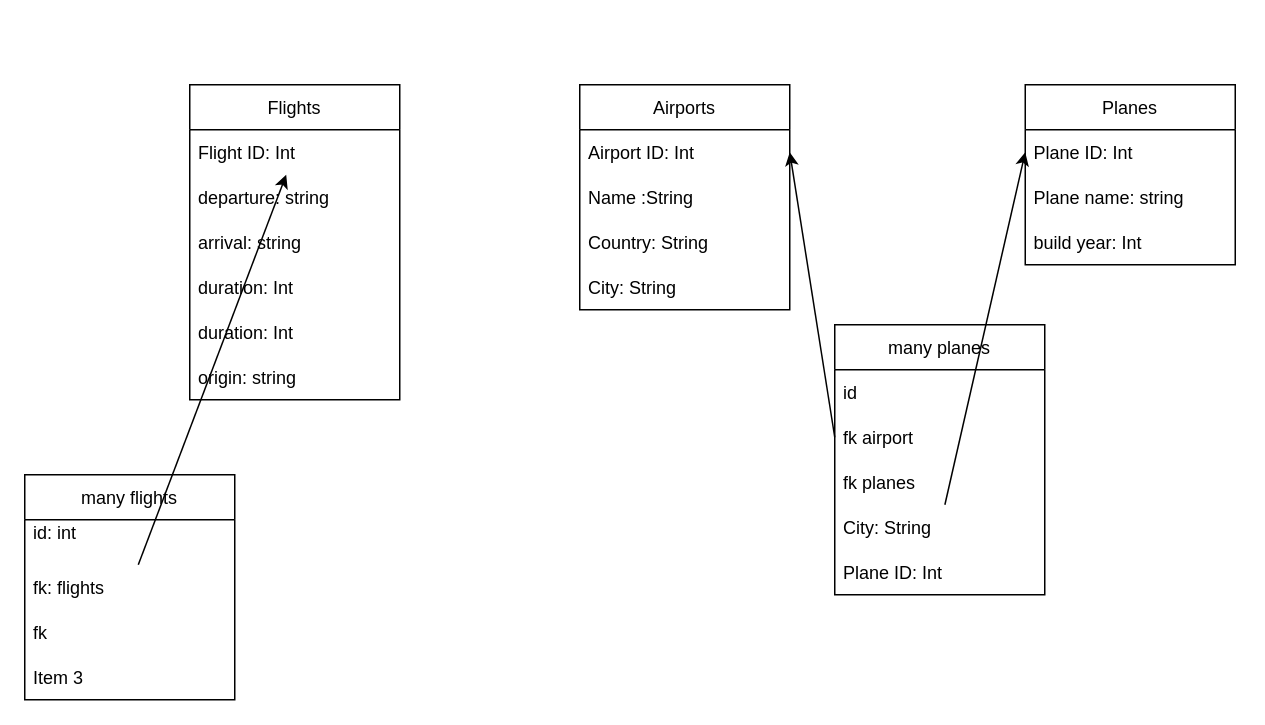
The draw.io diagram .drawio in Alex-Gruber/BE16-DBDev-DAY1-Alex-Markus, before the edit. Source tidied: cells renumbered, new cells numbered last; positions are measured from the earlier drawing's top-left corner, leaving out a move shared by most shapes. Both pictures are drawn from the tidied source at 150%, with x=0, y=0 at pixel (24, 84).
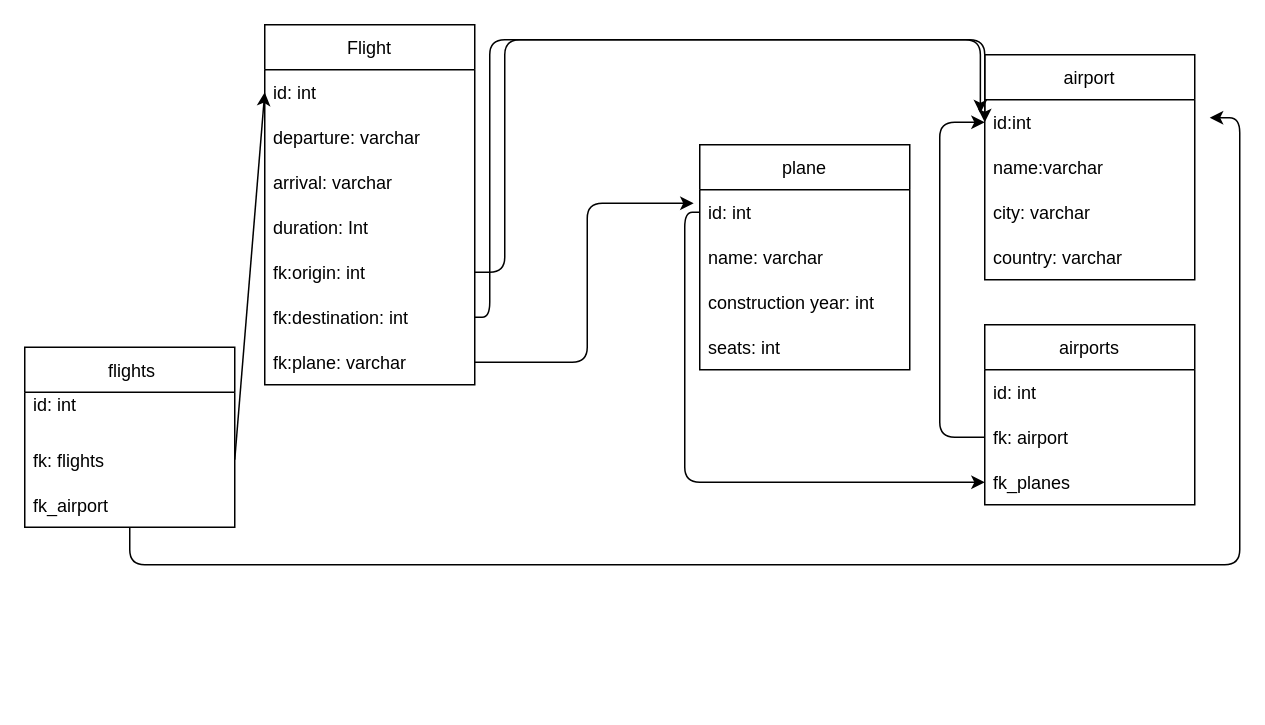
After the change.

Unchanged cells that the change refers to:
```xml
<mxCell id="28" value="fk: flights" style="text;strokeColor=none;fillColor=none;align=left;verticalAlign=middle;spacingLeft=4;spacingRight=4;overflow=hidden;points=[[0,0.5],[1,0.5]];portConstraint=eastwest;" parent="26" vertex="1">
  <mxGeometry y="60" width="140" height="30" as="geometry" />
</mxCell>
```

What changed in the source:
```diff
@@
-    <mxCell id="2" value="Flights" style="swimlane;fontStyle=0;horizontal=1;startSize=30;" parent="1" vertex="1">
-      <mxGeometry x="110" width="140" height="210" as="geometry" />
+    <mxCell id="2" value="Flight" style="swimlane;fontStyle=0;horizontal=1;startSize=30;" parent="1" vertex="1">
+      <mxGeometry x="160" y="-40" width="140" height="240" as="geometry" />
     </mxCell>
-    <mxCell id="3" value="Flight ID: Int" style="text;strokeColor=none;fillColor=none;align=left;verticalAlign=middle;spacingLeft=4;spacingRight=4;overflow=hidden;points=[[0,0.5],[1,0.5]];portConstraint=eastwest;" parent="2" vertex="1">
+    <mxCell id="3" value="id: int" style="text;strokeColor=none;fillColor=none;align=left;verticalAlign=middle;spacingLeft=4;spacingRight=4;overflow=hidden;points=[[0,0.5],[1,0.5]];portConstraint=eastwest;" parent="2" vertex="1">
       <mxGeometry y="30" width="140" height="30" as="geometry" />
     </mxCell>
-    <mxCell id="4" value="departure: string" style="text;strokeColor=none;fillColor=none;align=left;verticalAlign=middle;spacingLeft=4;spacingRight=4;overflow=hidden;" parent="2" vertex="1">
+    <mxCell id="4" value="departure: varchar" style="text;strokeColor=none;fillColor=none;align=left;verticalAlign=middle;spacingLeft=4;spacingRight=4;overflow=hidden;" parent="2" vertex="1">
       <mxGeometry y="60" width="140" height="30" as="geometry" />
     </mxCell>
-    <mxCell id="5" value="arrival: string" style="text;strokeColor=none;fillColor=none;align=left;verticalAlign=middle;spacingLeft=4;spacingRight=4;overflow=hidden;" parent="2" vertex="1">
+    <mxCell id="5" value="arrival: varchar" style="text;strokeColor=none;fillColor=none;align=left;verticalAlign=middle;spacingLeft=4;spacingRight=4;overflow=hidden;" parent="2" vertex="1">
       <mxGeometry y="90" width="140" height="30" as="geometry" />
     </mxCell>
@@
-    <mxCell id="7" value="duration: Int" style="text;strokeColor=none;fillColor=none;align=left;verticalAlign=middle;spacingLeft=4;spacingRight=4;overflow=hidden;" parent="2" vertex="1">
-      <mxGeometry y="150" width="140" height="30" as="geometry" />
-    </mxCell>
-    <mxCell id="8" value="origin: string" style="text;strokeColor=none;fillColor=none;align=left;verticalAlign=middle;spacingLeft=4;spacingRight=4;overflow=hidden;points=[[0,0.5],[1,0.5]];portConstraint=eastwest;" parent="2" vertex="1">
-      <mxGeometry y="180" width="140" height="30" as="geometry" />
+    <mxCell id="8" value="fk:origin: int" style="text;strokeColor=none;fillColor=none;align=left;verticalAlign=middle;spacingLeft=4;spacingRight=4;overflow=hidden;points=[[0,0.5],[1,0.5]];portConstraint=eastwest;" parent="2" vertex="1">
+      <mxGeometry y="150" width="140" height="30" as="geometry" />
     </mxCell>
-    <mxCell id="9" value="Airports" style="swimlane;fontStyle=0;horizontal=1;startSize=30;" parent="1" vertex="1">
-      <mxGeometry x="370" width="140" height="150" as="geometry" />
-    </mxCell>
-    <mxCell id="10" value="Airport ID: Int" style="text;strokeColor=none;fillColor=none;align=left;verticalAlign=middle;spacingLeft=4;spacingRight=4;overflow=hidden;points=[[0,0.5],[1,0.5]];portConstraint=eastwest;" parent="9" vertex="1">
-      <mxGeometry y="30" width="140" height="30" as="geometry" />
-    </mxCell>
-    <mxCell id="11" value="Name :String" style="text;strokeColor=none;fillColor=none;align=left;verticalAlign=middle;spacingLeft=4;spacingRight=4;overflow=hidden;" parent="9" vertex="1">
-      <mxGeometry y="60" width="140" height="30" as="geometry" />
-    </mxCell>
-    <mxCell id="12" value="Country: String" style="text;strokeColor=none;fillColor=none;align=left;verticalAlign=middle;spacingLeft=4;spacingRight=4;overflow=hidden;" parent="9" vertex="1">
-      <mxGeometry y="90" width="140" height="30" as="geometry" />
-    </mxCell>
-    <mxCell id="13" value="City: String" style="text;strokeColor=none;fillColor=none;align=left;verticalAlign=middle;spacingLeft=4;spacingRight=4;overflow=hidden;" parent="9" vertex="1">
-      <mxGeometry y="120" width="140" height="30" as="geometry" />
-    </mxCell>
-    <mxCell id="14" value="Planes" style="swimlane;fontStyle=0;horizontal=1;startSize=30;" parent="1" vertex="1">
-      <mxGeometry x="667" width="140" height="120" as="geometry" />
-    </mxCell>
-    <mxCell id="15" value="Plane ID: Int" style="text;strokeColor=none;fillColor=none;align=left;verticalAlign=middle;spacingLeft=4;spacingRight=4;overflow=hidden;points=[[0,0.5],[1,0.5]];portConstraint=eastwest;" parent="14" vertex="1">
-      <mxGeometry y="30" width="140" height="30" as="geometry" />
-    </mxCell>
-    <mxCell id="16" value="Plane name: string" style="text;strokeColor=none;fillColor=none;align=left;verticalAlign=middle;spacingLeft=4;spacingRight=4;overflow=hidden;" parent="14" vertex="1">
-      <mxGeometry y="60" width="140" height="30" as="geometry" />
-    </mxCell>
-    <mxCell id="17" value="build year: Int" style="text;strokeColor=none;fillColor=none;align=left;verticalAlign=middle;spacingLeft=4;spacingRight=4;overflow=hidden;" parent="14" vertex="1">
-      <mxGeometry y="90" width="140" height="30" as="geometry" />
-    </mxCell>
-    <mxCell id="18" value="many planes" style="swimlane;fontStyle=0;horizontal=1;startSize=30;" parent="1" vertex="1">
-      <mxGeometry x="540" y="160" width="140" height="180" as="geometry" />
-    </mxCell>
-    <mxCell id="19" value="id" style="text;strokeColor=none;fillColor=none;align=left;verticalAlign=middle;spacingLeft=4;spacingRight=4;overflow=hidden;" parent="18" vertex="1">
-      <mxGeometry y="30" width="140" height="30" as="geometry" />
-    </mxCell>
-    <mxCell id="20" value="fk airport" style="text;strokeColor=none;fillColor=none;align=left;verticalAlign=middle;spacingLeft=4;spacingRight=4;overflow=hidden;points=[[0,0.5],[1,0.5]];portConstraint=eastwest;" parent="18" vertex="1">
-      <mxGeometry y="60" width="140" height="30" as="geometry" />
-    </mxCell>
-    <mxCell id="21" value="fk planes" style="text;strokeColor=none;fillColor=none;align=left;verticalAlign=middle;spacingLeft=4;spacingRight=4;overflow=hidden;" parent="18" vertex="1">
-      <mxGeometry y="90" width="140" height="30" as="geometry" />
-    </mxCell>
-    <mxCell id="22" value="City: String" style="text;strokeColor=none;fillColor=none;align=left;verticalAlign=middle;spacingLeft=4;spacingRight=4;overflow=hidden;points=[[0,0.5],[1,0.5]];portConstraint=eastwest;" parent="18" vertex="1">
-      <mxGeometry y="120" width="140" height="30" as="geometry" />
-    </mxCell>
-    <mxCell id="23" value="Plane ID: Int" style="text;strokeColor=none;fillColor=none;align=left;verticalAlign=middle;spacingLeft=4;spacingRight=4;overflow=hidden;" parent="18" vertex="1">
-      <mxGeometry y="150" width="140" height="30" as="geometry" />
-    </mxCell>
-    <mxCell id="24" style="edgeStyle=none;html=1;exitX=0;exitY=0.5;exitDx=0;exitDy=0;entryX=1;entryY=0.5;entryDx=0;entryDy=0;" parent="1" edge="1" source="20" target="10">
-      <mxGeometry relative="1" as="geometry" />
-    </mxCell>
-    <mxCell id="25" style="edgeStyle=none;html=1;entryX=0;entryY=0.5;entryDx=0;entryDy=0;" parent="1" edge="1" source="22" target="15">
-      <mxGeometry relative="1" as="geometry" />
-    </mxCell>
+    <mxCell id="32" value="fk:destination: int" style="text;strokeColor=none;fillColor=none;align=left;verticalAlign=middle;spacingLeft=4;spacingRight=4;overflow=hidden;points=[[0,0.5],[1,0.5]];portConstraint=eastwest;" parent="2" vertex="1">
+      <mxGeometry y="180" width="140" height="30" as="geometry" />
+    </mxCell>
+    <mxCell id="33" value="fk:plane: varchar" style="text;strokeColor=none;fillColor=none;align=left;verticalAlign=middle;spacingLeft=4;spacingRight=4;overflow=hidden;points=[[0,0.5],[1,0.5]];portConstraint=eastwest;" parent="2" vertex="1">
+      <mxGeometry y="210" width="140" height="30" as="geometry" />
+    </mxCell>
-    <mxCell id="26" value="many flights" style="swimlane;fontStyle=0;horizontal=1;startSize=30;" parent="1" vertex="1">
-      <mxGeometry y="260" width="140" height="150" as="geometry" />
+    <mxCell id="26" value=" flights" style="swimlane;fontStyle=0;horizontal=1;startSize=30;" parent="1" vertex="1">
+      <mxGeometry y="175" width="140" height="120" as="geometry" />
     </mxCell>
@@
-    <mxCell id="29" value="fk" style="text;strokeColor=none;fillColor=none;align=left;verticalAlign=middle;spacingLeft=4;spacingRight=4;overflow=hidden;" parent="26" vertex="1">
-      <mxGeometry y="90" width="140" height="30" as="geometry" />
-    </mxCell>
-    <mxCell id="30" value="Item 3" style="text;strokeColor=none;fillColor=none;align=left;verticalAlign=middle;spacingLeft=4;spacingRight=4;overflow=hidden;" parent="26" vertex="1">
-      <mxGeometry y="120" width="140" height="30" as="geometry" />
-    </mxCell>
+    <mxCell id="34" value="fk_airport" style="text;strokeColor=none;fillColor=none;align=left;verticalAlign=middle;spacingLeft=4;spacingRight=4;overflow=hidden;points=[[0,0.5],[1,0.5]];portConstraint=eastwest;" parent="26" vertex="1">
+      <mxGeometry y="90" width="140" height="30" as="geometry" />
+    </mxCell>
-    <mxCell id="31" style="edgeStyle=none;html=1;" parent="1" edge="1" source="28" target="3">
+    <mxCell id="31" style="edgeStyle=none;html=1;exitX=1;exitY=0.5;exitDx=0;exitDy=0;entryX=0;entryY=0.5;entryDx=0;entryDy=0;" parent="1" edge="1" source="28" target="3">
       <mxGeometry relative="1" as="geometry" />
     </mxCell>
+    <mxCell id="35" value="plane" style="swimlane;fontStyle=0;horizontal=1;startSize=30;" parent="1" vertex="1">
+      <mxGeometry x="450" y="40" width="140" height="150" as="geometry" />
+    </mxCell>
+    <mxCell id="36" value="id: int" style="text;strokeColor=none;fillColor=none;align=left;verticalAlign=middle;spacingLeft=4;spacingRight=4;overflow=hidden;points=[[0,0.5],[1,0.5]];portConstraint=eastwest;" parent="35" vertex="1">
+      <mxGeometry y="30" width="140" height="30" as="geometry" />
+    </mxCell>
+    <mxCell id="37" value="name: varchar" style="text;strokeColor=none;fillColor=none;align=left;verticalAlign=middle;spacingLeft=4;spacingRight=4;overflow=hidden;" parent="35" vertex="1">
+      <mxGeometry y="60" width="140" height="30" as="geometry" />
+    </mxCell>
+    <mxCell id="38" value="construction year: int" style="text;strokeColor=none;fillColor=none;align=left;verticalAlign=middle;spacingLeft=4;spacingRight=4;overflow=hidden;" parent="35" vertex="1">
+      <mxGeometry y="90" width="140" height="30" as="geometry" />
+    </mxCell>
+    <mxCell id="39" value="seats: int" style="text;strokeColor=none;fillColor=none;align=left;verticalAlign=middle;spacingLeft=4;spacingRight=4;overflow=hidden;" parent="35" vertex="1">
+      <mxGeometry y="120" width="140" height="30" as="geometry" />
+    </mxCell>
+    <mxCell id="40" value="airport" style="swimlane;fontStyle=0;horizontal=1;startSize=30;" parent="1" vertex="1">
+      <mxGeometry x="640" y="-20" width="140" height="150" as="geometry" />
+    </mxCell>
+    <mxCell id="41" value="id:int" style="text;strokeColor=none;fillColor=none;align=left;verticalAlign=middle;spacingLeft=4;spacingRight=4;overflow=hidden;points=[[0,0.5],[1,0.5]];portConstraint=eastwest;" parent="40" vertex="1">
+      <mxGeometry y="30" width="140" height="30" as="geometry" />
+    </mxCell>
+    <mxCell id="42" value="name:varchar" style="text;strokeColor=none;fillColor=none;align=left;verticalAlign=middle;spacingLeft=4;spacingRight=4;overflow=hidden;" parent="40" vertex="1">
+      <mxGeometry y="60" width="140" height="30" as="geometry" />
+    </mxCell>
+    <mxCell id="43" value="city: varchar" style="text;strokeColor=none;fillColor=none;align=left;verticalAlign=middle;spacingLeft=4;spacingRight=4;overflow=hidden;" parent="40" vertex="1">
+      <mxGeometry y="90" width="140" height="30" as="geometry" />
+    </mxCell>
+    <mxCell id="44" value="country: varchar" style="text;strokeColor=none;fillColor=none;align=left;verticalAlign=middle;spacingLeft=4;spacingRight=4;overflow=hidden;" parent="40" vertex="1">
+      <mxGeometry y="120" width="140" height="30" as="geometry" />
+    </mxCell>
+    <mxCell id="45" value="airports" style="swimlane;fontStyle=0;horizontal=1;startSize=30;" parent="1" vertex="1">
+      <mxGeometry x="640" y="160" width="140" height="120" as="geometry" />
+    </mxCell>
+    <mxCell id="46" value="id: int" style="text;strokeColor=none;fillColor=none;align=left;verticalAlign=middle;spacingLeft=4;spacingRight=4;overflow=hidden;" parent="45" vertex="1">
+      <mxGeometry y="30" width="140" height="30" as="geometry" />
+    </mxCell>
+    <mxCell id="47" value="fk: airport" style="text;strokeColor=none;fillColor=none;align=left;verticalAlign=middle;spacingLeft=4;spacingRight=4;overflow=hidden;points=[[0,0.5],[1,0.5]];portConstraint=eastwest;" parent="45" vertex="1">
+      <mxGeometry y="60" width="140" height="30" as="geometry" />
+    </mxCell>
+    <mxCell id="48" value="fk_planes" style="text;strokeColor=none;fillColor=none;align=left;verticalAlign=middle;spacingLeft=4;spacingRight=4;overflow=hidden;points=[[0,0.5],[1,0.5]];portConstraint=eastwest;" parent="45" vertex="1">
+      <mxGeometry y="90" width="140" height="30" as="geometry" />
+    </mxCell>
+    <mxCell id="49" style="edgeStyle=orthogonalEdgeStyle;html=1;exitX=0;exitY=0.5;exitDx=0;exitDy=0;entryX=0;entryY=0.5;entryDx=0;entryDy=0;" parent="1" edge="1" source="47" target="41">
+      <mxGeometry relative="1" as="geometry">
+        <Array as="points">
+          <mxPoint x="610" y="235" />
+          <mxPoint x="610" y="25" />
+        </Array>
+      </mxGeometry>
+    </mxCell>
+    <mxCell id="50" style="edgeStyle=orthogonalEdgeStyle;html=1;exitX=1;exitY=0.5;exitDx=0;exitDy=0;entryX=-0.029;entryY=0.3;entryDx=0;entryDy=0;entryPerimeter=0;" parent="1" edge="1" source="33" target="36">
+      <mxGeometry relative="1" as="geometry" />
+    </mxCell>
+    <mxCell id="51" style="edgeStyle=orthogonalEdgeStyle;html=1;exitX=1;exitY=0.5;exitDx=0;exitDy=0;entryX=-0.021;entryY=0.3;entryDx=0;entryDy=0;entryPerimeter=0;" parent="1" edge="1" source="8" target="41">
+      <mxGeometry relative="1" as="geometry">
+        <Array as="points">
+          <mxPoint x="320" y="125" />
+          <mxPoint x="320" y="-30" />
+          <mxPoint x="637" y="-30" />
+        </Array>
+      </mxGeometry>
+    </mxCell>
+    <mxCell id="52" style="edgeStyle=orthogonalEdgeStyle;html=1;exitX=1;exitY=0.5;exitDx=0;exitDy=0;entryX=0;entryY=0.5;entryDx=0;entryDy=0;" parent="1" edge="1" source="32" target="41">
+      <mxGeometry relative="1" as="geometry">
+        <Array as="points">
+          <mxPoint x="310" y="155" />
+          <mxPoint x="310" y="-30" />
+          <mxPoint x="640" y="-30" />
+        </Array>
+      </mxGeometry>
+    </mxCell>
+    <mxCell id="53" style="edgeStyle=orthogonalEdgeStyle;html=1;exitX=0;exitY=0.5;exitDx=0;exitDy=0;entryX=0;entryY=0.5;entryDx=0;entryDy=0;" parent="1" edge="1" source="36" target="48">
+      <mxGeometry relative="1" as="geometry" />
+    </mxCell>
+    <mxCell id="54" style="edgeStyle=orthogonalEdgeStyle;html=1;" parent="1" edge="1" source="34">
+      <mxGeometry relative="1" as="geometry">
+        <mxPoint x="790" y="22" as="targetPoint" />
+        <Array as="points">
+          <mxPoint x="70" y="320" />
+          <mxPoint x="810" y="320" />
+          <mxPoint x="810" y="22" />
+        </Array>
+      </mxGeometry>
+    </mxCell>
```
